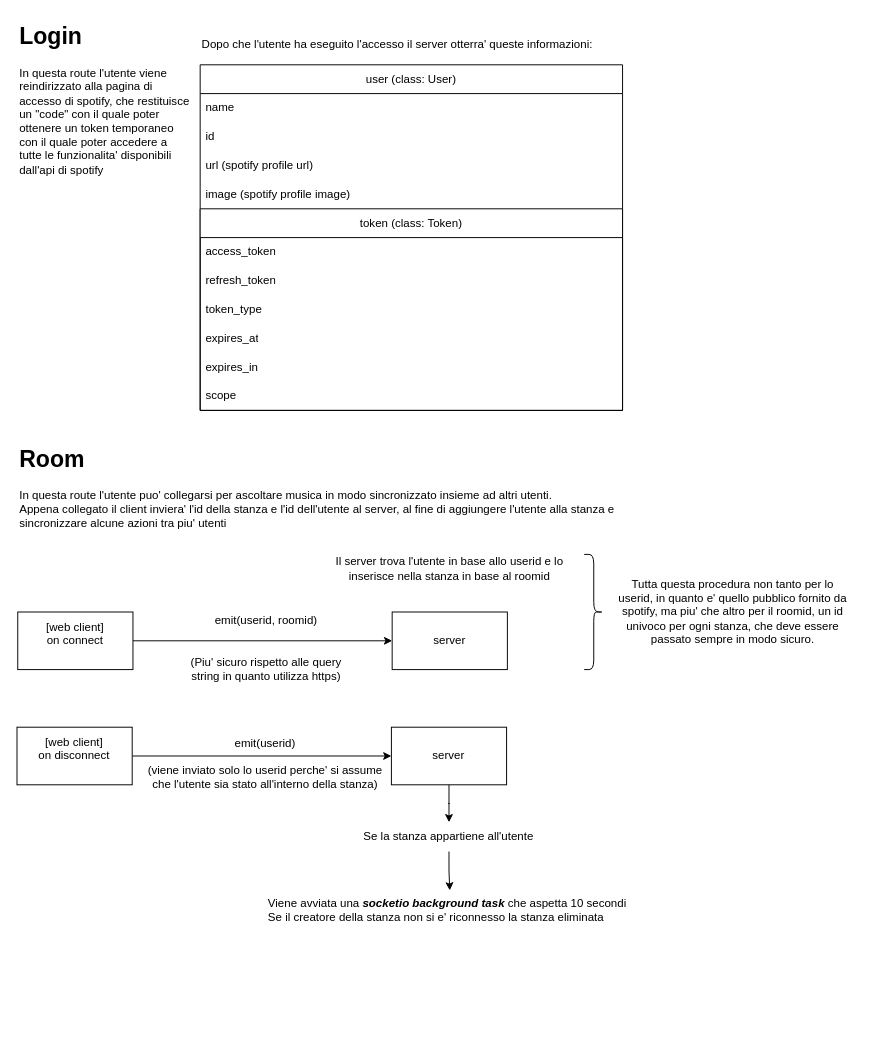
GitGinocchio/Syncify keeps this draw.io diagram as dev/media/room-how-it-works.drawio. Above is the earlier version. Source tidied: cells renumbered, new cells numbered last; positions are measured from the earlier drawing's top-left corner, leaving out a move shared by most shapes. Both pictures are drawn from the tidied source at 96%, with x=0, y=0 at pixel (16, 16).
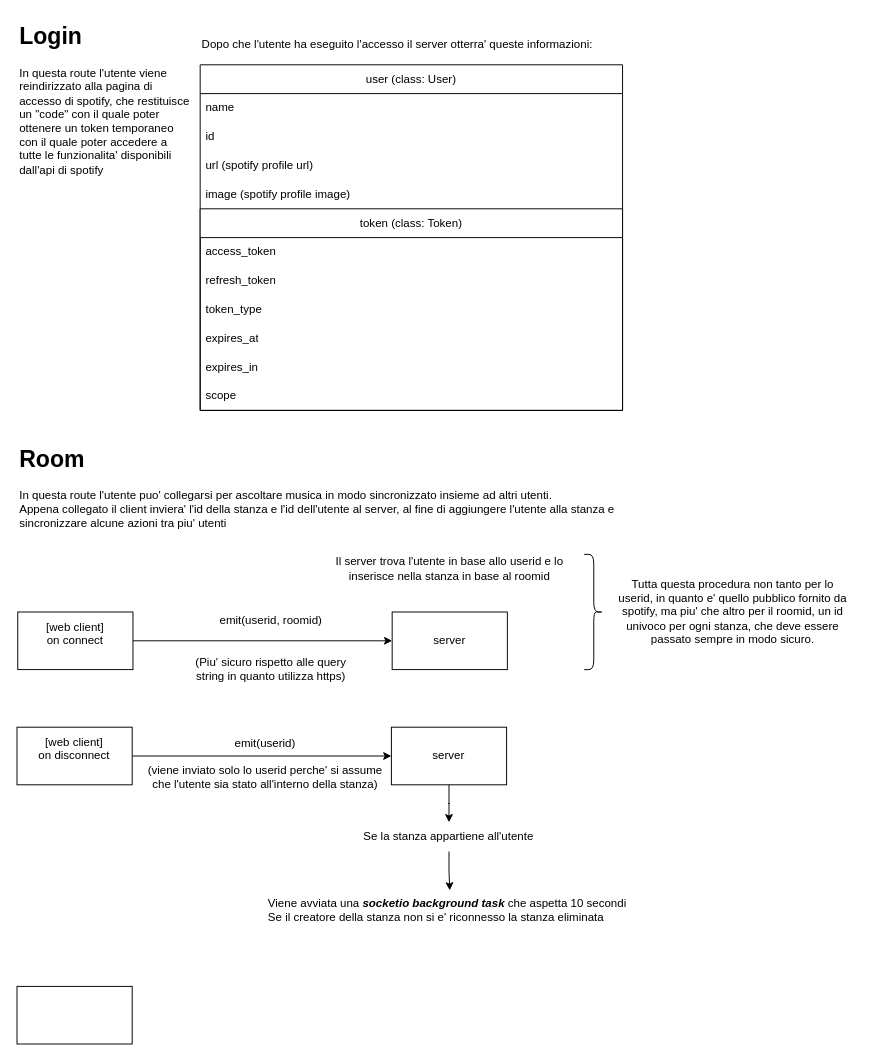
After the change.

What changed in the source:
```diff
@@
     <mxCell id="5" value="&lt;div&gt;&lt;span style=&quot;background-color: initial;&quot;&gt;emit&lt;/span&gt;&lt;span style=&quot;background-color: initial;&quot;&gt;(userid, roomid)&lt;/span&gt;&lt;/div&gt;&lt;div&gt;&lt;br&gt;&lt;/div&gt;&lt;div&gt;&lt;br&gt;&lt;/div&gt;&lt;div&gt;&lt;span style=&quot;background-color: initial;&quot;&gt;(Piu' sicuro rispetto alle query string in quanto utilizza https)&lt;/span&gt;&lt;/div&gt;&lt;div&gt;&lt;br&gt;&lt;/div&gt;" style="text;html=1;align=center;verticalAlign=middle;whiteSpace=wrap;rounded=0;" parent="1" vertex="1">
-      <mxGeometry x="165" y="630" width="190" height="70" as="geometry" />
+      <mxGeometry x="170.2" y="630" width="190" height="70" as="geometry" />
     </mxCell>
@@
+    <mxCell id="32" style="rounded=0;whiteSpace=wrap;html=1;" parent="1" vertex="1">
+      <mxGeometry x="0.2" y="1010" width="120" height="60" as="geometry" />
+    </mxCell>
```
